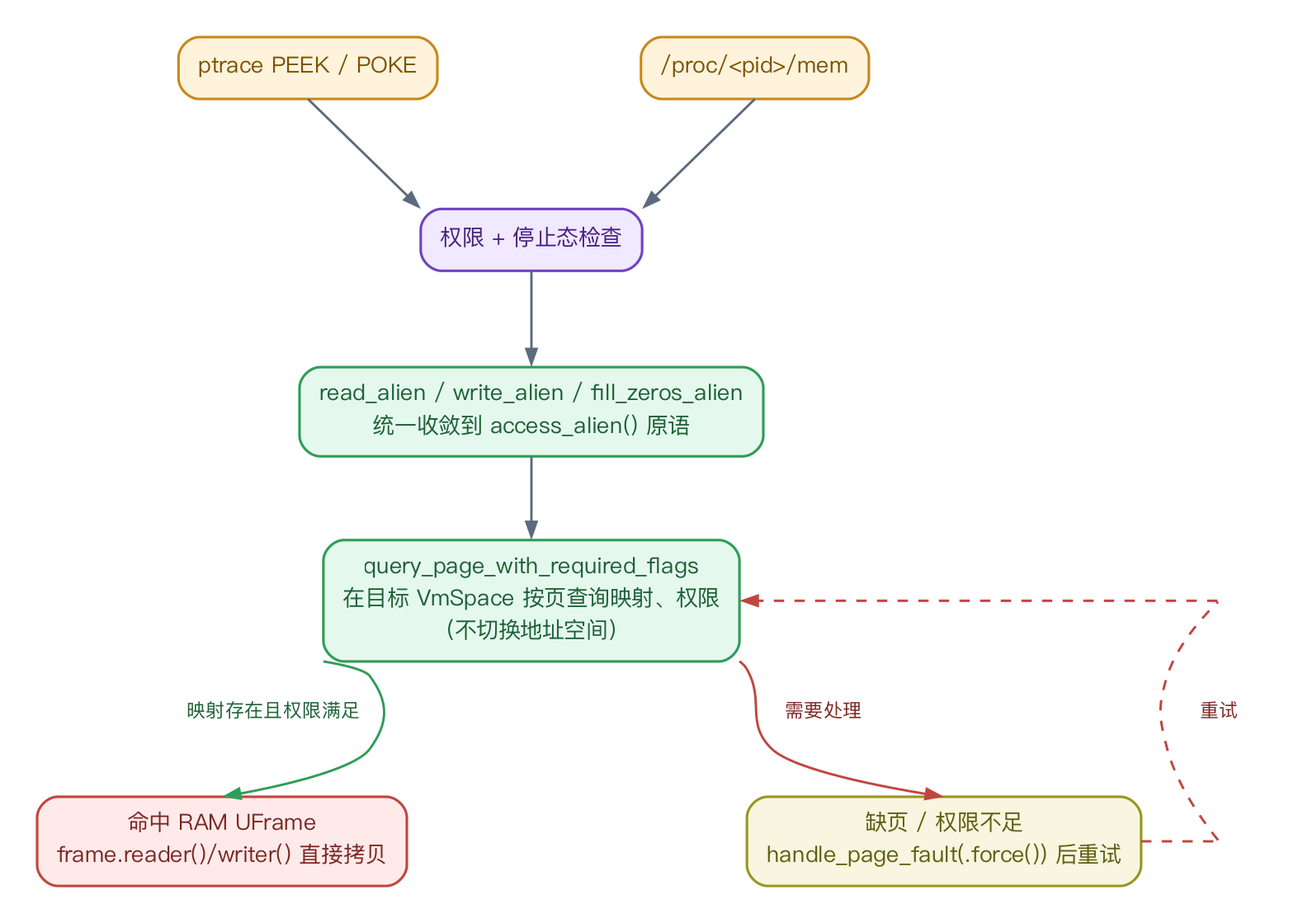
This is research_practice/assets/07_mem_access.png from vvvvsv/asterinas, a Graphviz export, as it was before one commit. Its source is kept beside it as research_practice/assets/07_mem_access.dot. Its diagram source:
```dot
digraph G {
  graph [fontname="PingFang SC", bgcolor="white", pad="0.3", splines=true];
  node [fontname="PingFang SC", shape=box, style="rounded,filled", penwidth=1.5, margin="0.16,0.10", fontsize=13];
  edge [fontname="PingFang SC", color="#5b6b7d", penwidth=1.4, arrowsize=0.85, fontsize=11];
  src1 [label="ptrace PEEK / POKE", fillcolor="#FFF3DC", color="#C8881A", fontcolor="#7a5200", pos="190,560"];
  src2 [label="/proc/&lt;pid&gt;/mem", fillcolor="#FFF3DC", color="#C8881A", fontcolor="#7a5200", pos="450,560"];
  chk [label="权限 + 停止态检查", fillcolor="#F1E9FF", color="#6F42C1", fontcolor="#48227f", pos="320,460"];
  entry [label="read_alien / write_alien / fill_zeros_alien\n统一收敛到 access_alien() 原语", fillcolor="#E5F8EE", color="#2F9D57", fontcolor="#1c6035", pos="320,360"];
  query [label="query_page_with_required_flags\n在目标 VmSpace 按页查询映射、权限\n（不切换地址空间）", fillcolor="#E5F8EE", color="#2F9D57", fontcolor="#1c6035", pos="320,250"];
  frame [label="命中 RAM UFrame\nframe.reader()/writer() 直接拷贝", fillcolor="#FFEAEA", color="#C0463F", fontcolor="#7d2723", pos="140,110"];
  fault [label="缺页 / 权限不足\nhandle_page_fault(.force()) 后重试", fillcolor="#F8F6E0", color="#9A9620", fontcolor="#5f5c10", pos="560,110"];
  src1:s -> chk:nw [arrowhead=normal];
  src2:s -> chk:ne [arrowhead=normal];
  chk:s -> entry:n;
  entry:s -> query:n;
  query:sw -> frame:n [color="#2F9D57"];
  query:se -> fault:n [color="#C0463F"];
  wp1 [shape=point, width=0.01, style=invis, pos="720,110"];
  wp2 [shape=point, width=0.01, style=invis, pos="720,250"];
  fault:e -> wp1 [arrowhead=none, color="#C0463F", style=dashed];
  wp1 -> wp2 [arrowhead=none, color="#C0463F", style=dashed];
  wp2 -> query:e [color="#C0463F", style=dashed];
  l_frame [shape=box, style="filled", fillcolor="white", color="white", penwidth=0, margin="0.03,0.01", fontsize=11, fontcolor="#1c6035", pos="170,185", label="映射存在且权限满足"];
  l_fault [shape=box, style="filled", fillcolor="white", color="white", penwidth=0, margin="0.03,0.01", fontsize=11, fontcolor="#7d2723", pos="490,185", label="需要处理"];
  l_retry [shape=box, style="filled", fillcolor="white", color="white", penwidth=0, margin="0.03,0.01", fontsize=11, fontcolor="#7d2723", pos="720,185", label="重试"];
}
```
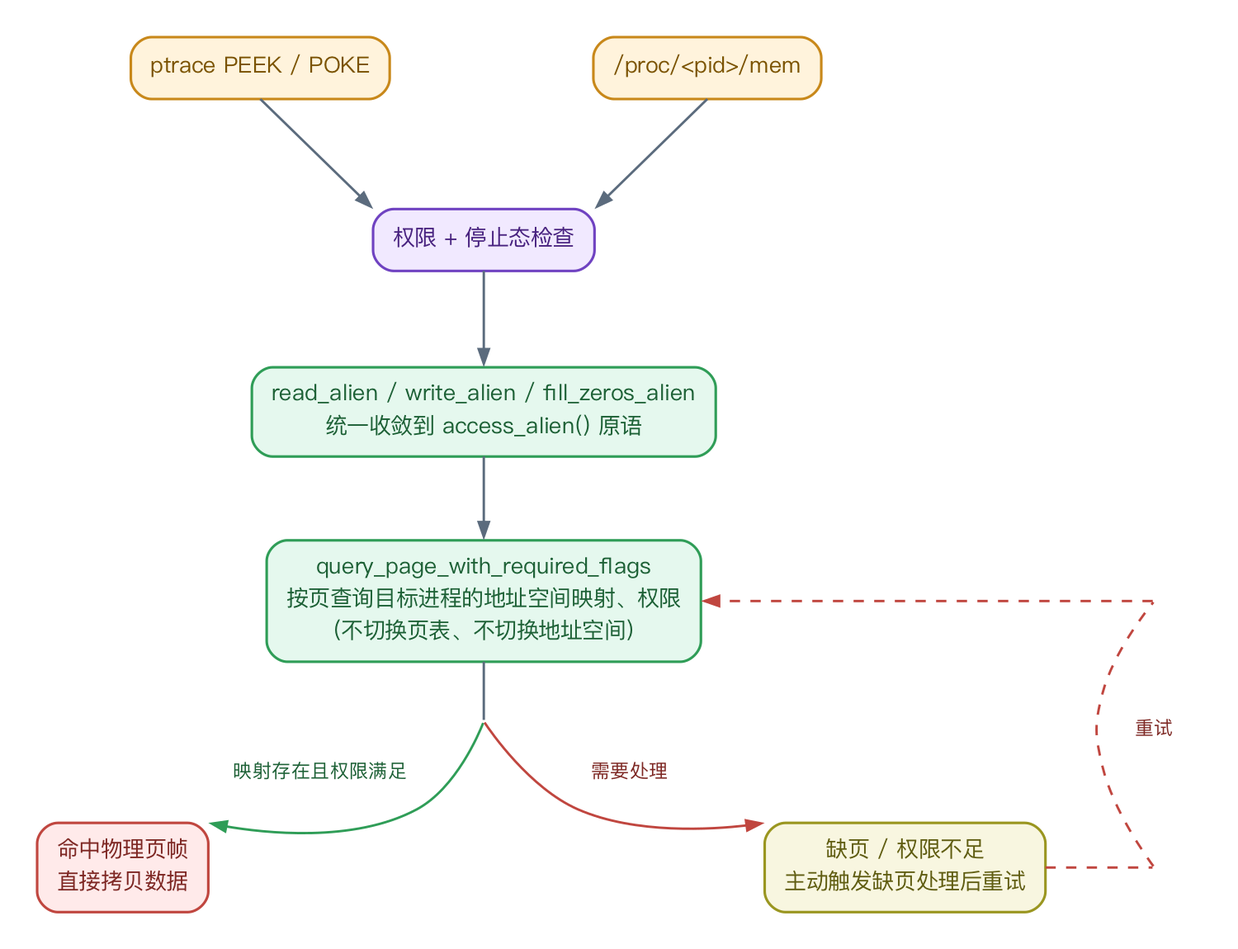
Later version of the same file.

Change to the diagram source:
```diff
@@ -6,21 +6,23 @@
   src2 [label="/proc/&lt;pid&gt;/mem", fillcolor="#FFF3DC", color="#C8881A", fontcolor="#7a5200", pos="450,560"];
   chk [label="权限 + 停止态检查", fillcolor="#F1E9FF", color="#6F42C1", fontcolor="#48227f", pos="320,460"];
   entry [label="read_alien / write_alien / fill_zeros_alien\n统一收敛到 access_alien() 原语", fillcolor="#E5F8EE", color="#2F9D57", fontcolor="#1c6035", pos="320,360"];
-  query [label="query_page_with_required_flags\n在目标 VmSpace 按页查询映射、权限\n（不切换地址空间）", fillcolor="#E5F8EE", color="#2F9D57", fontcolor="#1c6035", pos="320,250"];
-  frame [label="命中 RAM UFrame\nframe.reader()/writer() 直接拷贝", fillcolor="#FFEAEA", color="#C0463F", fontcolor="#7d2723", pos="140,110"];
-  fault [label="缺页 / 权限不足\nhandle_page_fault(.force()) 后重试", fillcolor="#F8F6E0", color="#9A9620", fontcolor="#5f5c10", pos="560,110"];
-  src1:s -> chk:nw [arrowhead=normal];
-  src2:s -> chk:ne [arrowhead=normal];
+  query [label="query_page_with_required_flags\n按页查询目标进程的地址空间映射、权限\n（不切换页表、不切换地址空间）", fillcolor="#E5F8EE", color="#2F9D57", fontcolor="#1c6035", pos="320,250"];
+  frame [label="命中物理页帧\n直接拷贝数据", fillcolor="#FFEAEA", color="#C0463F", fontcolor="#7d2723", pos="110,95"];
+  fault [label="缺页 / 权限不足\n主动触发缺页处理后重试", fillcolor="#F8F6E0", color="#9A9620", fontcolor="#5f5c10", pos="565,95"];
+  src1:s -> chk:nw;
+  src2:s -> chk:ne;
   chk:s -> entry:n;
   entry:s -> query:n;
-  query:sw -> frame:n [color="#2F9D57"];
-  query:se -> fault:n [color="#C0463F"];
-  wp1 [shape=point, width=0.01, style=invis, pos="720,110"];
-  wp2 [shape=point, width=0.01, style=invis, pos="720,250"];
+  jct [shape=point, width=0.01, style=invis, pos="320,180"];
+  query:s -> jct [arrowhead=none, color="#5b6b7d"];
+  jct -> frame:ne [color="#2F9D57"];
+  jct -> fault:nw [color="#C0463F"];
+  wp1 [shape=point, width=0.01, style=invis, pos="710,95"];
+  wp2 [shape=point, width=0.01, style=invis, pos="710,250"];
   fault:e -> wp1 [arrowhead=none, color="#C0463F", style=dashed];
   wp1 -> wp2 [arrowhead=none, color="#C0463F", style=dashed];
   wp2 -> query:e [color="#C0463F", style=dashed];
-  l_frame [shape=box, style="filled", fillcolor="white", color="white", penwidth=0, margin="0.03,0.01", fontsize=11, fontcolor="#1c6035", pos="170,185", label="映射存在且权限满足"];
-  l_fault [shape=box, style="filled", fillcolor="white", color="white", penwidth=0, margin="0.03,0.01", fontsize=11, fontcolor="#7d2723", pos="490,185", label="需要处理"];
-  l_retry [shape=box, style="filled", fillcolor="white", color="white", penwidth=0, margin="0.03,0.01", fontsize=11, fontcolor="#7d2723", pos="720,185", label="重试"];
+  l_frame [shape=box, style="filled", fillcolor="white", color="white", penwidth=0, margin="0.03,0.01", fontsize=11, fontcolor="#1c6035", pos="225,150", label="映射存在且权限满足"];
+  l_fault [shape=box, style="filled", fillcolor="white", color="white", penwidth=0, margin="0.03,0.01", fontsize=11, fontcolor="#7d2723", pos="405,150", label="需要处理"];
+  l_retry [shape=box, style="filled", fillcolor="white", color="white", penwidth=0, margin="0.03,0.01", fontsize=11, fontcolor="#7d2723", pos="710,175", label="重试"];
 }
```
